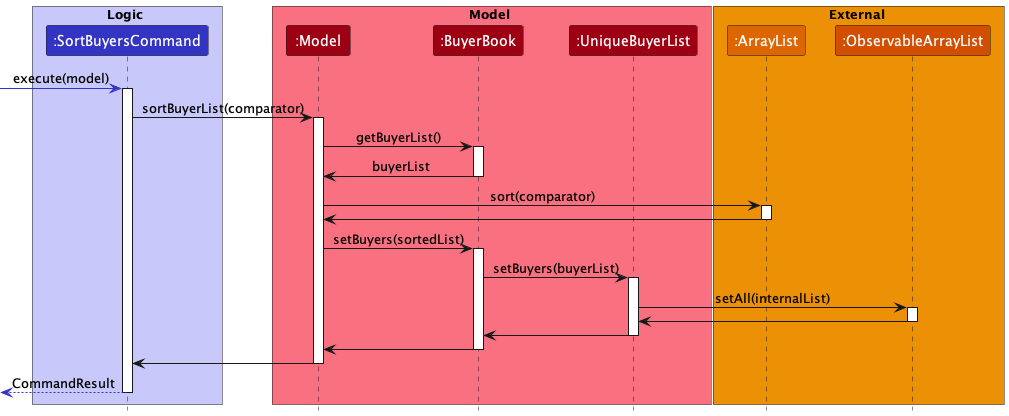
The PlantUML diagram docs/images/SortSequenceDiagram.png in nus-cs2103-AY2223S1/tp, before a commit.
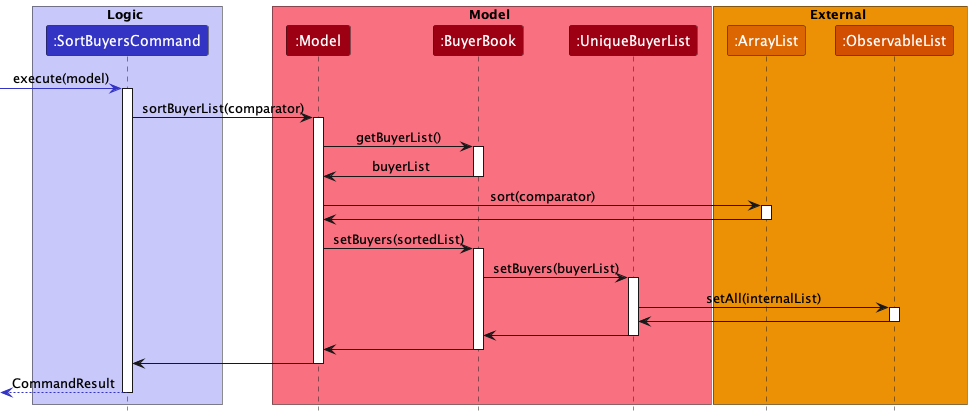
After the change.

What changed in the source:
```diff
@@ -13,7 +13,7 @@
 
 box External EXTERNAL_COLOR
 Participant ":ArrayList" as ArrayList EXTERNAL_COLOR_T1
-Participant ":ObservableArrayList" as ObservableArrayList EXTERNAL_COLOR_T2
+Participant ":ObservableList" as ObservableList EXTERNAL_COLOR_T2
 end box
 
 [-[LOGIC_COLOR]> SortBuyersCommand: execute(model)
@@ -40,11 +40,11 @@
 BuyerBook -> UniqueBuyerList : setBuyers(buyerList)
 activate UniqueBuyerList
 
-UniqueBuyerList -> ObservableArrayList : setAll(internalList)
-activate ObservableArrayList
+UniqueBuyerList -> ObservableList : setAll(internalList)
+activate ObservableList
 
-ObservableArrayList -> UniqueBuyerList
-deactivate ObservableArrayList
+ObservableList -> UniqueBuyerList
+deactivate ObservableList
 
 UniqueBuyerList -> BuyerBook
 deactivate UniqueBuyerList
```
